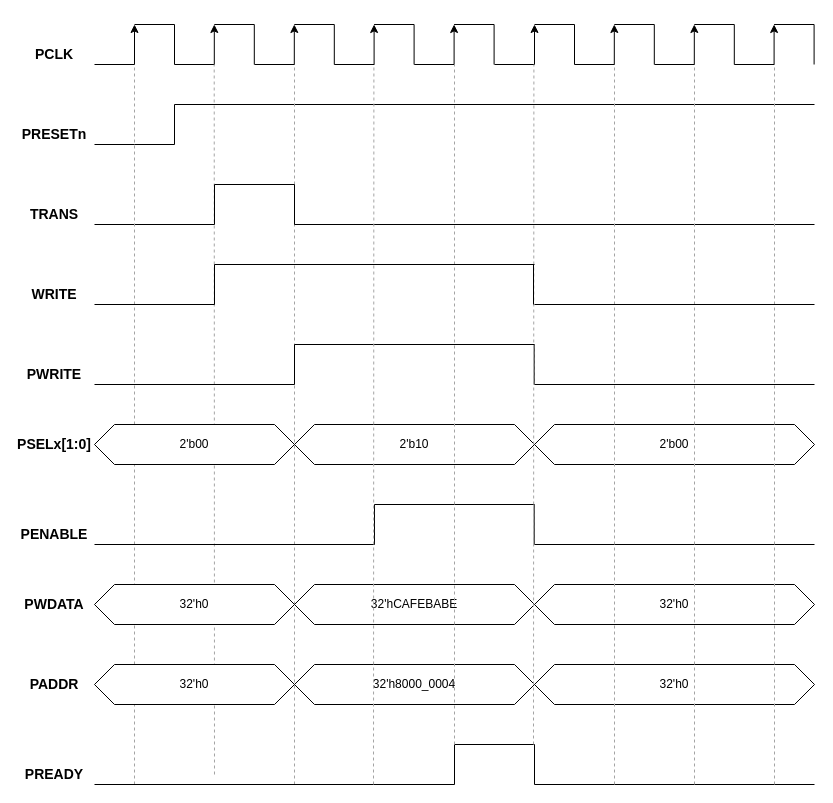
This is page "APB WRITE WITH SLAVE 1 ACCESS" (5 of 14) of APB.drawio from 106210049/AMBA-APB, a draw.io file, before an edit. Source tidied: cells renumbered, new cells numbered last; positions are measured from the earlier drawing's top-left corner, leaving out a move shared by most shapes. Both pictures are drawn from the tidied source at 100%, with x=0, y=0 at pixel (24, 24).
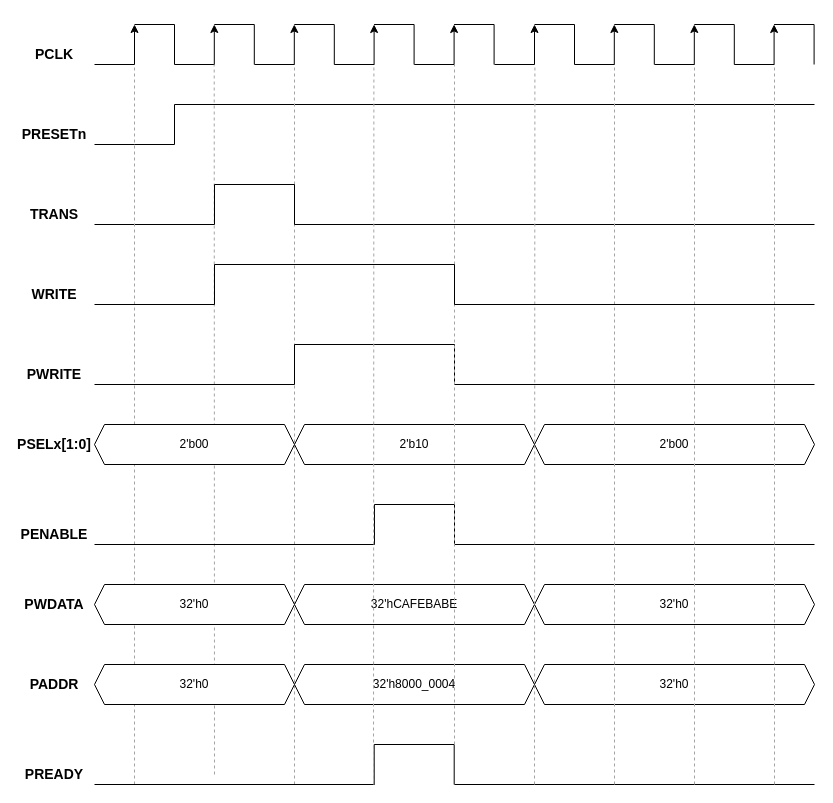
Above is the later version.

The edit, as a diff of the source:
```diff
@@
     <mxCell id="54" style="endArrow=none;html=1;rounded=0;" parent="1" edge="1">
       <mxGeometry relative="1" as="geometry">
         <mxPoint x="270" y="320" as="sourcePoint" />
-        <mxPoint x="510" y="320" as="targetPoint" />
+        <mxPoint x="430" y="320" as="targetPoint" />
       </mxGeometry>
     </mxCell>
     <mxCell id="55" style="endArrow=none;html=1;rounded=0;" parent="1" edge="1">
       <mxGeometry relative="1" as="geometry">
-        <mxPoint x="509.7" y="360" as="sourcePoint" />
-        <mxPoint x="509.7" y="320" as="targetPoint" />
+        <mxPoint x="430" y="360" as="sourcePoint" />
+        <mxPoint x="430" y="320" as="targetPoint" />
       </mxGeometry>
     </mxCell>
     <mxCell id="56" style="endArrow=none;html=1;rounded=0;" parent="1" edge="1">
       <mxGeometry relative="1" as="geometry">
-        <mxPoint x="510" y="360" as="sourcePoint" />
+        <mxPoint x="430" y="360" as="sourcePoint" />
         <mxPoint x="790" y="360" as="targetPoint" />
       </mxGeometry>
     </mxCell>
@@
-    <mxCell id="59" value="2'b10" style="shape=hexagon;perimeter=hexagonPerimeter2;whiteSpace=wrap;html=1;fixedSize=1;" parent="1" vertex="1">
+    <mxCell id="59" value="2'b10" style="shape=hexagon;perimeter=hexagonPerimeter2;whiteSpace=wrap;html=1;fixedSize=1;size=10;" parent="1" vertex="1">
       <mxGeometry x="270" y="400" width="240" height="40" as="geometry" />
     </mxCell>
-    <mxCell id="60" value="2'b00" style="shape=hexagon;perimeter=hexagonPerimeter2;whiteSpace=wrap;html=1;fixedSize=1;" parent="1" vertex="1">
+    <mxCell id="60" value="2'b00" style="shape=hexagon;perimeter=hexagonPerimeter2;whiteSpace=wrap;html=1;fixedSize=1;size=10;" parent="1" vertex="1">
       <mxGeometry x="70" y="400" width="200" height="40" as="geometry" />
     </mxCell>
@@
     <mxCell id="62" style="endArrow=none;html=1;rounded=0;" parent="1" edge="1">
       <mxGeometry relative="1" as="geometry">
         <mxPoint x="350" y="480" as="sourcePoint" />
-        <mxPoint x="510" y="480" as="targetPoint" />
+        <mxPoint x="430" y="480" as="targetPoint" />
       </mxGeometry>
     </mxCell>
     <mxCell id="63" style="endArrow=none;html=1;rounded=0;" parent="1" edge="1">
       <mxGeometry relative="1" as="geometry">
-        <mxPoint x="509.7" y="520" as="sourcePoint" />
-        <mxPoint x="509.7" y="480" as="targetPoint" />
+        <mxPoint x="430" y="520" as="sourcePoint" />
+        <mxPoint x="430" y="480" as="targetPoint" />
       </mxGeometry>
     </mxCell>
@@
     <mxCell id="65" style="endArrow=none;html=1;rounded=0;" parent="1" edge="1">
       <mxGeometry relative="1" as="geometry">
-        <mxPoint x="510" y="520" as="sourcePoint" />
+        <mxPoint x="430" y="520" as="sourcePoint" />
         <mxPoint x="790" y="520" as="targetPoint" />
       </mxGeometry>
     </mxCell>
@@
-    <mxCell id="68" value="2'b00" style="shape=hexagon;perimeter=hexagonPerimeter2;whiteSpace=wrap;html=1;fixedSize=1;" parent="1" vertex="1">
+    <mxCell id="68" value="2'b00" style="shape=hexagon;perimeter=hexagonPerimeter2;whiteSpace=wrap;html=1;fixedSize=1;size=10;" parent="1" vertex="1">
       <mxGeometry x="510" y="400" width="280" height="40" as="geometry" />
     </mxCell>
-    <mxCell id="69" value="32'hCAFEBABE" style="shape=hexagon;perimeter=hexagonPerimeter2;whiteSpace=wrap;html=1;fixedSize=1;" parent="1" vertex="1">
+    <mxCell id="69" value="32'hCAFEBABE" style="shape=hexagon;perimeter=hexagonPerimeter2;whiteSpace=wrap;html=1;fixedSize=1;size=10;" parent="1" vertex="1">
       <mxGeometry x="270" y="560" width="240" height="40" as="geometry" />
     </mxCell>
-    <mxCell id="70" value="32'h0" style="shape=hexagon;perimeter=hexagonPerimeter2;whiteSpace=wrap;html=1;fixedSize=1;" parent="1" vertex="1">
+    <mxCell id="70" value="32'h0" style="shape=hexagon;perimeter=hexagonPerimeter2;whiteSpace=wrap;html=1;fixedSize=1;size=10;" parent="1" vertex="1">
       <mxGeometry x="70" y="560" width="200" height="40" as="geometry" />
     </mxCell>
@@
-    <mxCell id="72" value="32'h0" style="shape=hexagon;perimeter=hexagonPerimeter2;whiteSpace=wrap;html=1;fixedSize=1;" parent="1" vertex="1">
+    <mxCell id="72" value="32'h0" style="shape=hexagon;perimeter=hexagonPerimeter2;whiteSpace=wrap;html=1;fixedSize=1;size=10;" parent="1" vertex="1">
       <mxGeometry x="510" y="560" width="280" height="40" as="geometry" />
     </mxCell>
@@
     <mxCell id="74" style="endArrow=none;html=1;rounded=0;" parent="1" edge="1">
       <mxGeometry relative="1" as="geometry">
-        <mxPoint x="430" y="760" as="sourcePoint" />
-        <mxPoint x="430" y="720" as="targetPoint" />
+        <mxPoint x="349.7" y="760" as="sourcePoint" />
+        <mxPoint x="349.7" y="720" as="targetPoint" />
       </mxGeometry>
     </mxCell>
     <mxCell id="75" style="endArrow=none;html=1;rounded=0;" parent="1" edge="1">
       <mxGeometry relative="1" as="geometry">
-        <mxPoint x="430" y="720" as="sourcePoint" />
-        <mxPoint x="510" y="720" as="targetPoint" />
+        <mxPoint x="349.7" y="720" as="sourcePoint" />
+        <mxPoint x="429.7" y="720" as="targetPoint" />
       </mxGeometry>
     </mxCell>
     <mxCell id="76" style="endArrow=none;html=1;rounded=0;" parent="1" edge="1">
       <mxGeometry relative="1" as="geometry">
-        <mxPoint x="510" y="760" as="sourcePoint" />
-        <mxPoint x="510" y="720" as="targetPoint" />
+        <mxPoint x="429.7" y="760" as="sourcePoint" />
+        <mxPoint x="429.7" y="720" as="targetPoint" />
       </mxGeometry>
     </mxCell>
     <mxCell id="77" style="endArrow=none;html=1;rounded=0;" parent="1" edge="1">
       <mxGeometry relative="1" as="geometry">
         <mxPoint x="70" y="760" as="sourcePoint" />
-        <mxPoint x="430" y="760" as="targetPoint" />
+        <mxPoint x="350" y="760" as="targetPoint" />
       </mxGeometry>
     </mxCell>
     <mxCell id="78" style="endArrow=none;html=1;rounded=0;" parent="1" edge="1">
       <mxGeometry relative="1" as="geometry">
-        <mxPoint x="510" y="760" as="sourcePoint" />
+        <mxPoint x="430" y="760" as="sourcePoint" />
         <mxPoint x="790" y="760" as="targetPoint" />
       </mxGeometry>
     </mxCell>
@@
-    <mxCell id="80" value="32'h8000_0004" style="shape=hexagon;perimeter=hexagonPerimeter2;whiteSpace=wrap;html=1;fixedSize=1;" parent="1" vertex="1">
+    <mxCell id="80" value="32'h8000_0004" style="shape=hexagon;perimeter=hexagonPerimeter2;whiteSpace=wrap;html=1;fixedSize=1;size=10;" parent="1" vertex="1">
       <mxGeometry x="270" y="640" width="240" height="40" as="geometry" />
     </mxCell>
-    <mxCell id="81" value="32'h0" style="shape=hexagon;perimeter=hexagonPerimeter2;whiteSpace=wrap;html=1;fixedSize=1;" parent="1" vertex="1">
+    <mxCell id="81" value="32'h0" style="shape=hexagon;perimeter=hexagonPerimeter2;whiteSpace=wrap;html=1;fixedSize=1;size=10;" parent="1" vertex="1">
       <mxGeometry x="70" y="640" width="200" height="40" as="geometry" />
     </mxCell>
@@
-    <mxCell id="83" value="32'h0" style="shape=hexagon;perimeter=hexagonPerimeter2;whiteSpace=wrap;html=1;fixedSize=1;" parent="1" vertex="1">
+    <mxCell id="83" value="32'h0" style="shape=hexagon;perimeter=hexagonPerimeter2;whiteSpace=wrap;html=1;fixedSize=1;size=10;" parent="1" vertex="1">
       <mxGeometry x="510" y="640" width="280" height="40" as="geometry" />
     </mxCell>
@@
     <mxCell id="86" style="endArrow=none;dashed=1;html=1;rounded=0;strokeColor=#A4A4A4;" parent="1" edge="1">
       <mxGeometry relative="1" as="geometry">
-        <mxPoint x="509" y="720" as="sourcePoint" />
-        <mxPoint x="509.4" y="40" as="targetPoint" />
+        <mxPoint x="510" y="760" as="sourcePoint" />
+        <mxPoint x="510.4" y="40" as="targetPoint" />
       </mxGeometry>
     </mxCell>
@@
     <mxCell id="92" style="endArrow=none;html=1;rounded=0;" parent="1" edge="1">
       <mxGeometry relative="1" as="geometry">
         <mxPoint x="190" y="240" as="sourcePoint" />
-        <mxPoint x="510" y="240" as="targetPoint" />
+        <mxPoint x="430" y="240" as="targetPoint" />
       </mxGeometry>
     </mxCell>
     <mxCell id="93" style="endArrow=none;html=1;rounded=0;" parent="1" edge="1">
       <mxGeometry relative="1" as="geometry">
-        <mxPoint x="509" y="280" as="sourcePoint" />
-        <mxPoint x="509" y="240" as="targetPoint" />
+        <mxPoint x="430" y="280" as="sourcePoint" />
+        <mxPoint x="430" y="240" as="targetPoint" />
       </mxGeometry>
     </mxCell>
     <mxCell id="94" style="endArrow=none;html=1;rounded=0;" parent="1" edge="1">
       <mxGeometry relative="1" as="geometry">
-        <mxPoint x="510" y="280" as="sourcePoint" />
+        <mxPoint x="430" y="280" as="sourcePoint" />
         <mxPoint x="790" y="280" as="targetPoint" />
       </mxGeometry>
     </mxCell>
```
